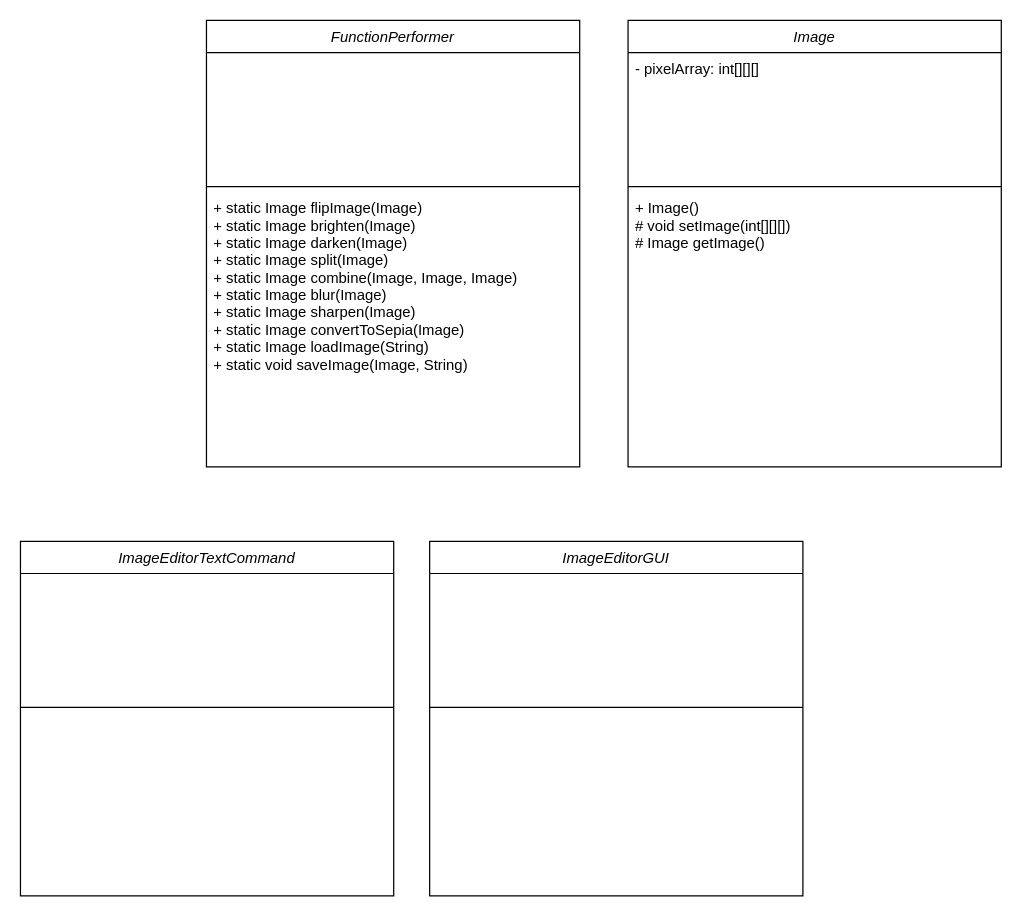
This is UML_Classdiagram.drawio from ShaneHolmes10/Assignment_4, a draw.io file, before an edit. Source tidied: cells renumbered, new cells numbered last; positions are measured from the earlier drawing's top-left corner, leaving out a move shared by most shapes. Both pictures are drawn from the tidied source at 124%, with x=0, y=0 at pixel (20, 20).
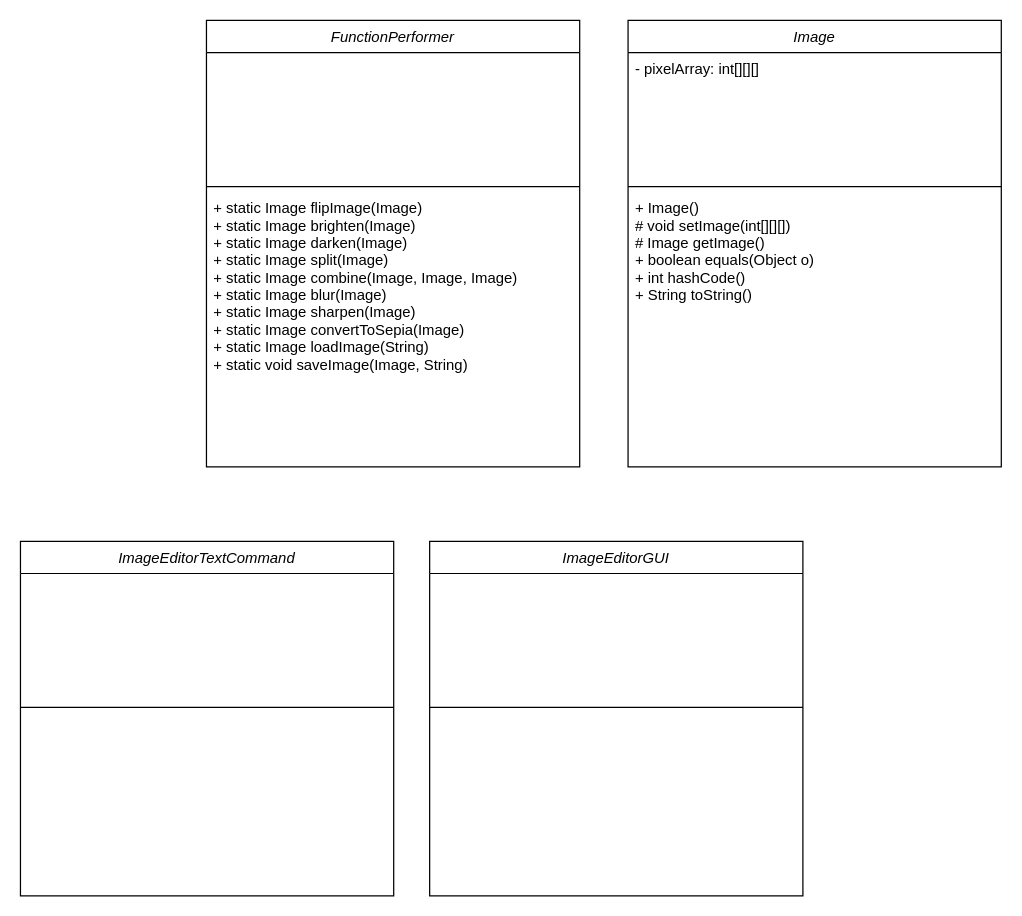
After the change.

Diff of the diagram source:
```diff
@@
 <mxGraphModel>
   <root>
     <mxCell id="0" />
     <mxCell id="1" parent="0" />
     <mxCell id="2" value="ImageEditorTextCommand" style="swimlane;fontStyle=2;align=center;verticalAlign=top;horizontal=1;startSize=26;rounded=0;shadow=0;strokeWidth=1;" parent="1" vertex="1">
       <mxGeometry y="420" width="301" height="286" as="geometry" />
     </mxCell>
     <mxCell id="3" value="&#10;" style="text;align=left;verticalAlign=top;spacingLeft=4;spacingRight=4;overflow=hidden;" parent="2" vertex="1">
       <mxGeometry y="26" width="301" height="104" as="geometry" />
     </mxCell>
     <mxCell id="4" style="line;html=1;strokeWidth=1;align=left;verticalAlign=middle;spacingTop=-1;spacingLeft=3;spacingRight=3;labelPosition=right;" parent="2" vertex="1">
       <mxGeometry y="130" width="301" height="8" as="geometry" />
     </mxCell>
     <mxCell id="5" value="&#10;&#10;&#10;&#10;&#10;&#10;&#10;" style="text;align=left;verticalAlign=top;spacingLeft=4;spacingRight=4;overflow=hidden;" parent="2" vertex="1">
       <mxGeometry y="138" width="301" height="148" as="geometry" />
     </mxCell>
     <mxCell id="6" value="ImageEditorGUI" style="swimlane;fontStyle=2;align=center;verticalAlign=top;horizontal=1;startSize=26;rounded=0;shadow=0;strokeWidth=1;" parent="1" vertex="1">
       <mxGeometry x="330" y="420" width="301" height="286" as="geometry" />
     </mxCell>
     <mxCell id="7" value="&#10;" style="text;align=left;verticalAlign=top;spacingLeft=4;spacingRight=4;overflow=hidden;" parent="6" vertex="1">
       <mxGeometry y="26" width="301" height="104" as="geometry" />
     </mxCell>
     <mxCell id="8" style="line;html=1;strokeWidth=1;align=left;verticalAlign=middle;spacingTop=-1;spacingLeft=3;spacingRight=3;labelPosition=right;" parent="6" vertex="1">
       <mxGeometry y="130" width="301" height="8" as="geometry" />
     </mxCell>
     <mxCell id="9" value="&#10;&#10;&#10;&#10;&#10;&#10;&#10;" style="text;align=left;verticalAlign=top;spacingLeft=4;spacingRight=4;overflow=hidden;" parent="6" vertex="1">
       <mxGeometry y="138" width="301" height="148" as="geometry" />
     </mxCell>
     <mxCell id="10" value="FunctionPerformer" style="swimlane;fontStyle=2;align=center;verticalAlign=top;horizontal=1;startSize=26;rounded=0;shadow=0;strokeWidth=1;" parent="1" vertex="1">
       <mxGeometry x="150" width="301" height="360" as="geometry" />
     </mxCell>
     <mxCell id="11" value="&#10;" style="text;align=left;verticalAlign=top;spacingLeft=4;spacingRight=4;overflow=hidden;" parent="10" vertex="1">
       <mxGeometry y="26" width="301" height="104" as="geometry" />
     </mxCell>
     <mxCell id="12" style="line;html=1;strokeWidth=1;align=left;verticalAlign=middle;spacingTop=-1;spacingLeft=3;spacingRight=3;labelPosition=right;" parent="10" vertex="1">
       <mxGeometry y="130" width="301" height="8" as="geometry" />
     </mxCell>
     <mxCell id="13" value="+ static Image flipImage(Image)&#10;+ static Image brighten(Image)&#10;+ static Image darken(Image)&#10;+ static Image split(Image)&#10;+ static Image combine(Image, Image, Image)&#10;+ static Image blur(Image)&#10;+ static Image sharpen(Image)&#10;+ static Image convertToSepia(Image)&#10;+ static Image loadImage(String)&#10;+ static void saveImage(Image, String)&#10;&#10;&#10;&#10;&#10;&#10;&#10;&#10;&#10;" style="text;align=left;verticalAlign=top;spacingLeft=4;spacingRight=4;overflow=hidden;" parent="10" vertex="1">
       <mxGeometry y="138" width="301" height="222" as="geometry" />
     </mxCell>
     <mxCell id="14" value="Image" style="swimlane;fontStyle=2;align=center;verticalAlign=top;horizontal=1;startSize=26;rounded=0;shadow=0;strokeWidth=1;" parent="1" vertex="1">
       <mxGeometry x="490" width="301" height="360" as="geometry" />
     </mxCell>
     <mxCell id="15" value="- pixelArray: int[][][]&#10;&#10;&#10;&#10;" style="text;align=left;verticalAlign=top;spacingLeft=4;spacingRight=4;overflow=hidden;" parent="14" vertex="1">
       <mxGeometry y="26" width="301" height="104" as="geometry" />
     </mxCell>
     <mxCell id="16" style="line;html=1;strokeWidth=1;align=left;verticalAlign=middle;spacingTop=-1;spacingLeft=3;spacingRight=3;labelPosition=right;" parent="14" vertex="1">
       <mxGeometry y="130" width="301" height="8" as="geometry" />
     </mxCell>
-    <mxCell id="17" value="+ Image()&#10;# void setImage(int[][][])&#10;# Image getImage()&#10;&#10;&#10;&#10;&#10;&#10;" style="text;align=left;verticalAlign=top;spacingLeft=4;spacingRight=4;overflow=hidden;" parent="14" vertex="1">
+    <mxCell id="17" value="+ Image()&#10;# void setImage(int[][][])&#10;# Image getImage()&#10;+ boolean equals(Object o)&#10;+ int hashCode()&#10;+ String toString()&#10;&#10;&#10;&#10;" style="text;align=left;verticalAlign=top;spacingLeft=4;spacingRight=4;overflow=hidden;" parent="14" vertex="1">
       <mxGeometry y="138" width="301" height="222" as="geometry" />
     </mxCell>
   </root>
 </mxGraphModel>
```
